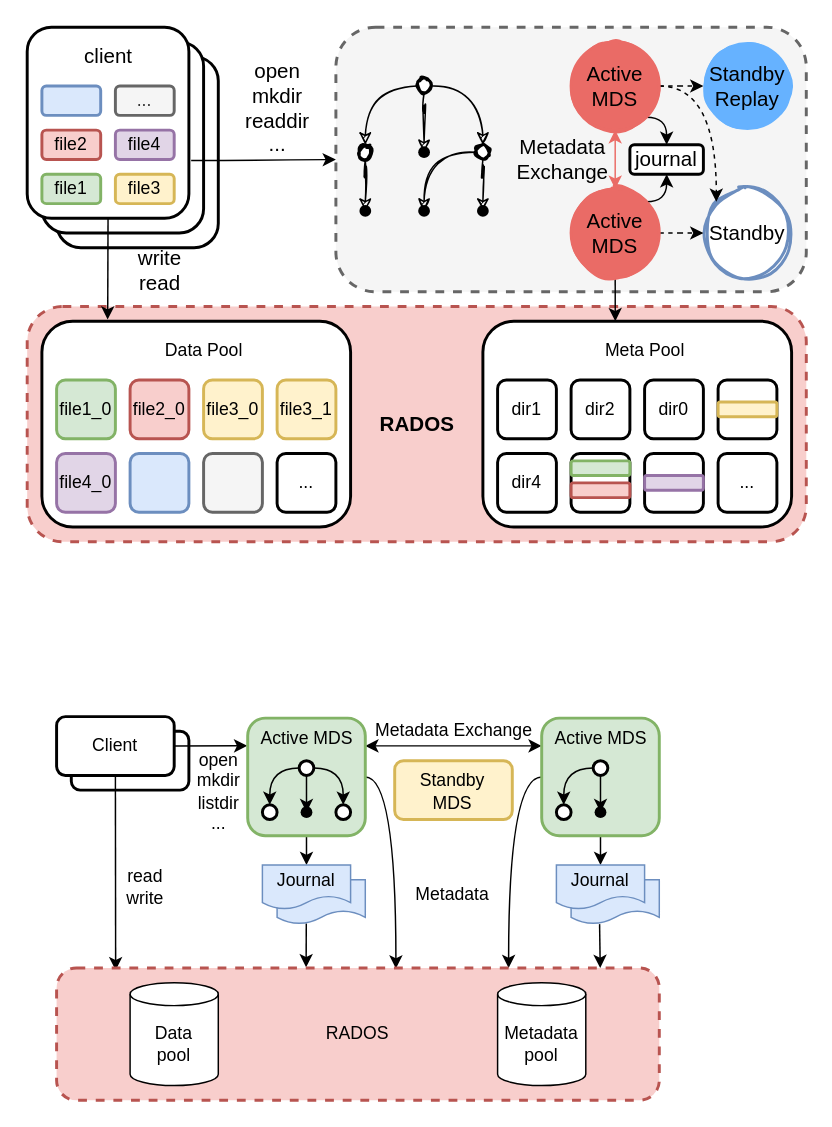
This is page "arch" (1 of 3) of ceph/ceph-mds.drawio from EarthWind/deeparch, a draw.io file, before an edit. Source tidied: cells renumbered, new cells numbered last; positions are measured from the earlier drawing's top-left corner, leaving out a move shared by most shapes. Both pictures are drawn from the tidied source at 147%, with x=0, y=0 at pixel (26, 26).
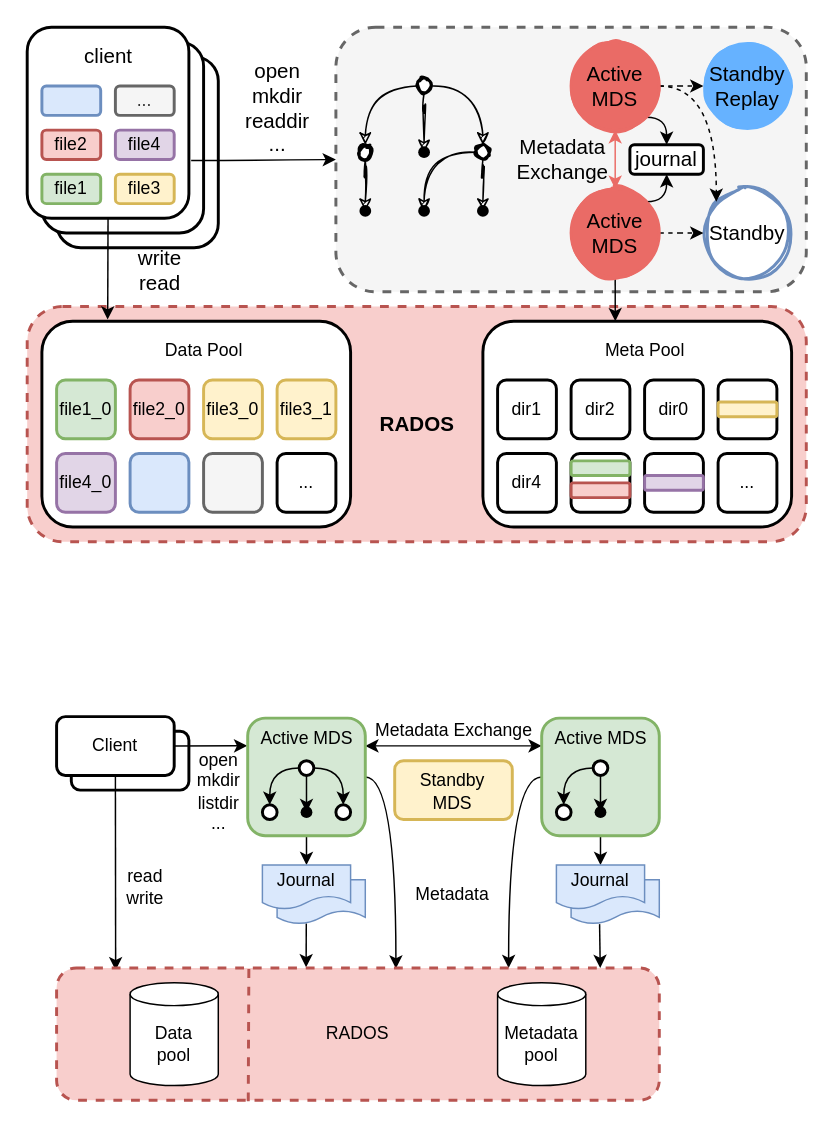
After the change.

Unchanged cells that the change refers to:
```xml
<mxCell id="106" value="RADOS" style="rounded=1;whiteSpace=wrap;html=1;strokeWidth=2;fillWeight=4;hachureGap=8;hachureAngle=45;sketch=0;dashed=1;fillColor=#f8cecc;strokeColor=#b85450;" parent="1" vertex="1">
  <mxGeometry x="20" y="640" width="410" height="90" as="geometry" />
</mxCell>
```

What changed in the source:
```diff
@@
+    <mxCell id="114" style="endArrow=none;dashed=1;html=1;rounded=0;sketch=0;curved=1;entryX=0.319;entryY=0.002;entryDx=0;entryDy=0;entryPerimeter=0;exitX=0.318;exitY=1.008;exitDx=0;exitDy=0;exitPerimeter=0;fillColor=#f8cecc;strokeColor=#b85450;strokeWidth=2;" parent="1" edge="1" source="106" target="106">
+      <mxGeometry relative="1" as="geometry" />
+    </mxCell>
```
